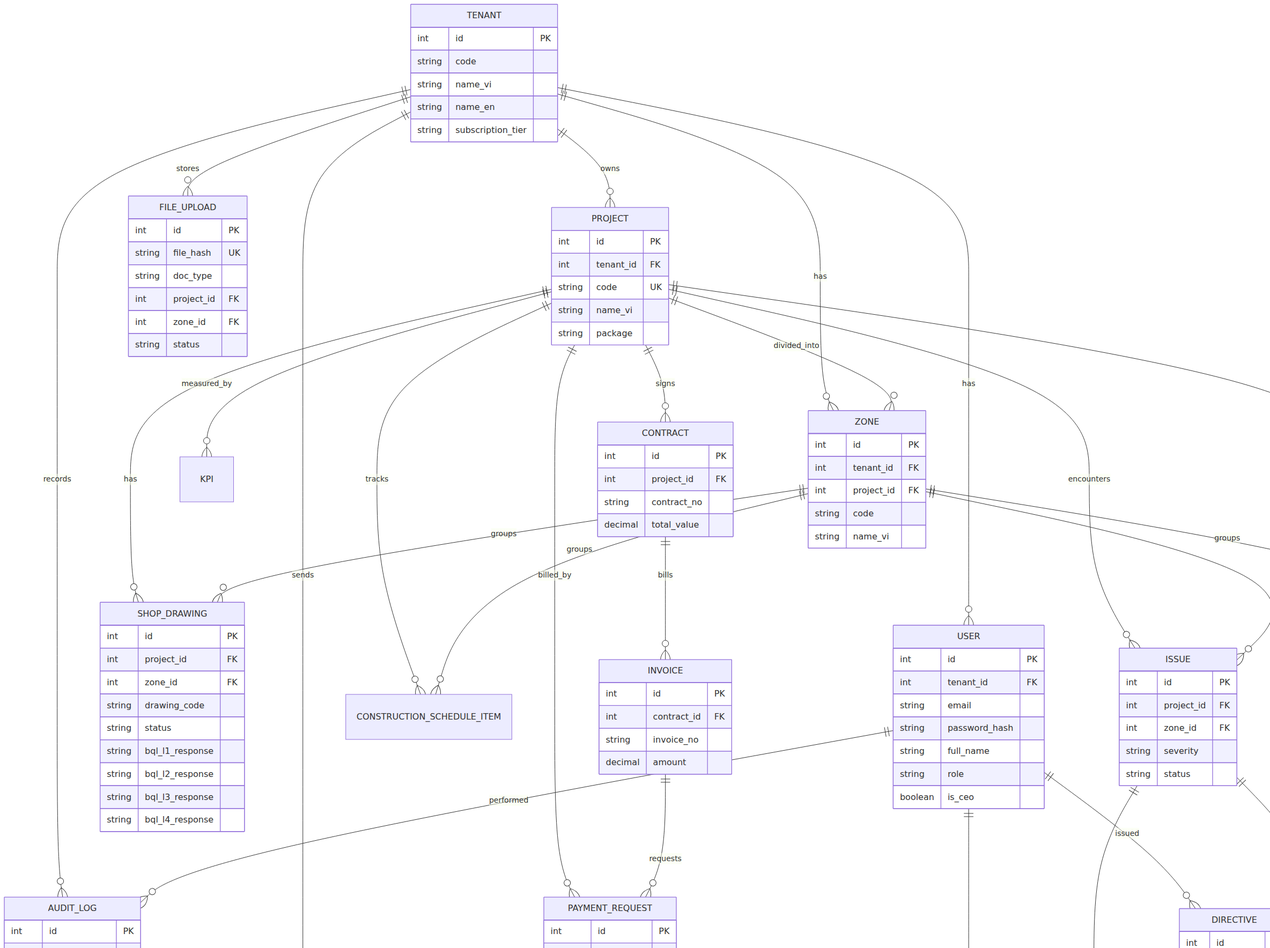
TungLinhh/pmo-project keeps this Mermaid diagram as docs/srs/07_er_diagram.png. Above is the earlier version. Its source is kept beside it as docs/srs/07_er_diagram.mmd.
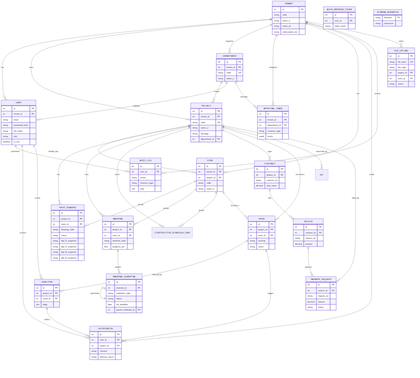
Above is the later version.

Diff of the diagram source:
```diff
@@ -1,18 +1,23 @@
 erDiagram
   TENANT ||--o{ USER : "has"
   TENANT ||--o{ PROJECT : "owns"
+  TENANT ||--o{ DEPARTMENT : "organizes"
+  TENANT ||--o{ APPROVAL_CHAIN : "configures"
   TENANT ||--o{ ZONE : "has"
   TENANT ||--o{ NOTIFICATION : "sends"
   TENANT ||--o{ AUDIT_LOG : "records"
   TENANT ||--o{ FILE_UPLOAD : "stores"
+
+  DEPARTMENT ||--o{ PROJECT : "scopes"
+  DEPARTMENT ||--o{ USER : "employs"
+  DEPARTMENT ||--o{ APPROVAL_CHAIN : "overrides"
 
   USER ||--o{ AUDIT_LOG : "performed"
   USER ||--o{ NOTIFICATION : "receives"
   USER ||--o{ DIRECTIVE : "issued"
 
   PROJECT ||--o{ ZONE : "divided_into"
-  PROJECT ||--o{ SHOP_DRAWING : "has"
-  PROJECT ||--o{ MATERIAL : "uses"
+  PROJECT ||--o{ SHOP_DRAWING : "has"  PROJECT ||--o{ MATERIAL : "uses"
   PROJECT ||--o{ CONSTRUCTION_SCHEDULE_ITEM : "tracks"
   PROJECT ||--o{ CONTRACT : "signs"
   PROJECT ||--o{ ISSUE : "encounters"
@@ -56,6 +61,29 @@
     string code UK
     string name_vi
     string package
+    int department_id FK
+  }
+  DEPARTMENT {
+    int id PK
+    int tenant_id FK
+    string code UK
+    string name_vi
+  }
+  APPROVAL_CHAIN {
+    int id PK
+    int tenant_id FK
+    int department_id FK
+    string resource_type
+    jsonb levels
+  }
+  AUTH_REFRESH_TOKEN {
+    int id PK
+    int user_id FK
+    string token_hash
+  }
+  SCHEMA_MIGRATION {
+    string filename PK
+    string checksum
   }
   ZONE {
     int id PK
```
